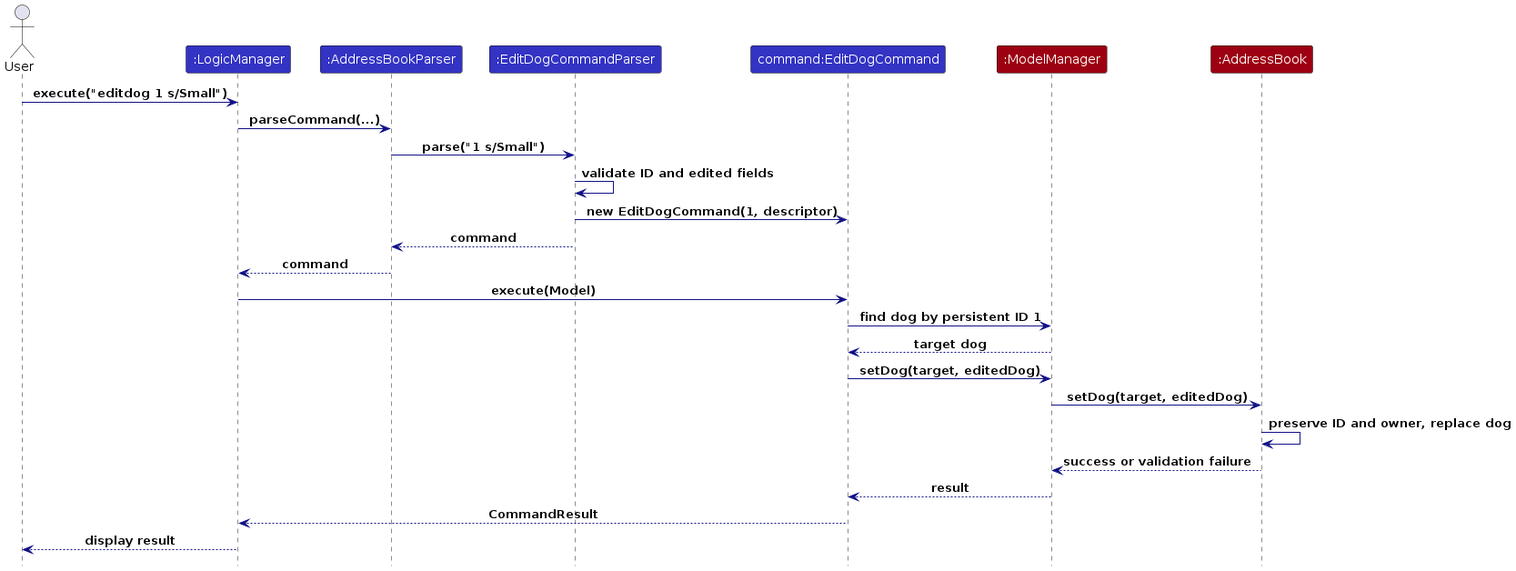
AY2627S1-CS2103T-T15-4/tp keeps this PlantUML diagram as diagrams/EditDogSequenceDiagram.png. Above is the earlier version. Its source is kept beside it as diagrams/EditDogSequenceDiagram.puml. Its diagram source:
```plantuml
@startuml
!include style.puml
skinparam arrowColor LOGIC_COLOR_T4

actor User
participant ":LogicManager" as Logic LOGIC_COLOR
participant ":AddressBookParser" as Router LOGIC_COLOR
participant ":EditDogCommandParser" as Parser LOGIC_COLOR
participant "command:EditDogCommand" as Command LOGIC_COLOR
participant ":ModelManager" as Model MODEL_COLOR
participant ":AddressBook" as Book MODEL_COLOR

User -> Logic : execute("editdog 1 s/Small")
Logic -> Router : parseCommand(...)
Router -> Parser : parse("1 s/Small")
Parser -> Parser : validate ID and edited fields
Parser -> Command : new EditDogCommand(1, descriptor)
Parser --> Router : command
Router --> Logic : command
Logic -> Command : execute(Model)
Command -> Model : find dog by persistent ID 1
Model --> Command : target dog
Command -> Model : setDog(target, editedDog)
Model -> Book : setDog(target, editedDog)
Book -> Book : preserve ID and owner, replace dog
Book --> Model : success or validation failure
Model --> Command : result
Command --> Logic : CommandResult
Logic --> User : display result
@enduml
```
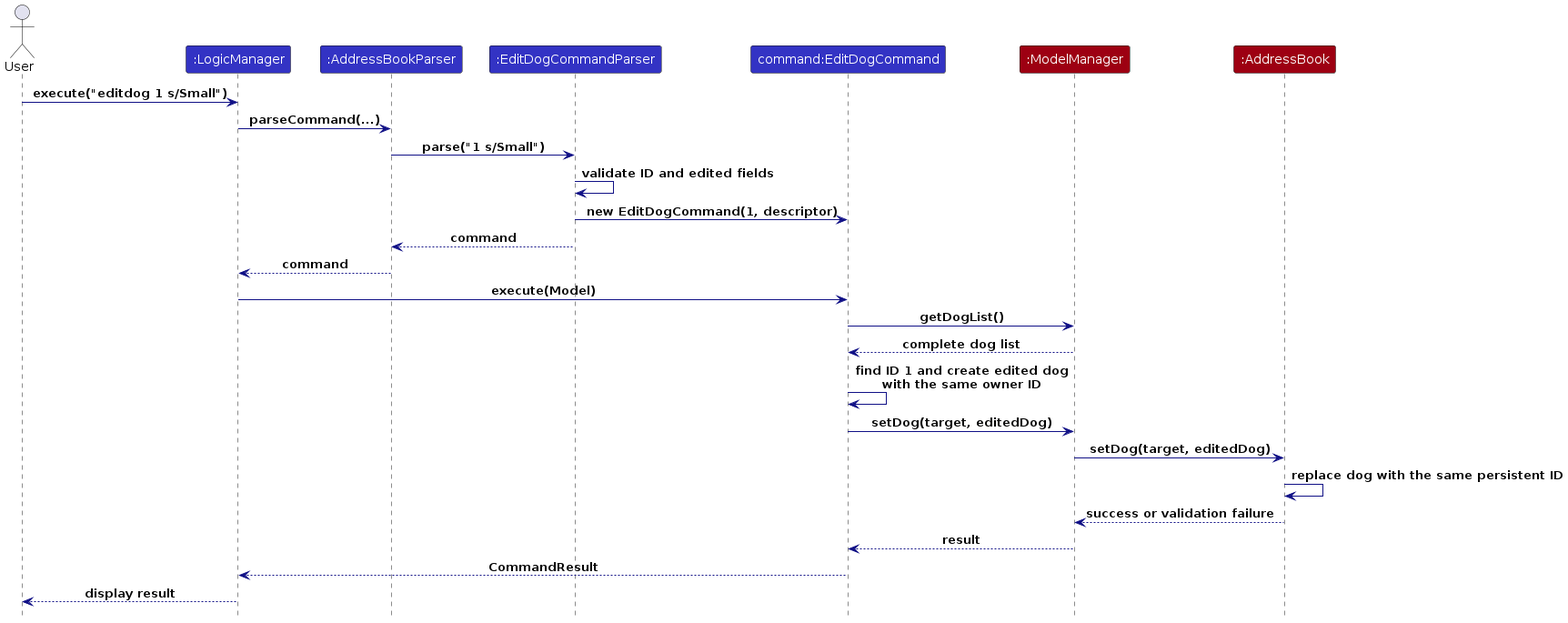
Later version of the same file.

What changed in the source:
```diff
@@ -18,11 +18,12 @@
 Parser --> Router : command
 Router --> Logic : command
 Logic -> Command : execute(Model)
-Command -> Model : find dog by persistent ID 1
-Model --> Command : target dog
+Command -> Model : getDogList()
+Model --> Command : complete dog list
+Command -> Command : find ID 1 and create edited dog\nwith the same owner ID
 Command -> Model : setDog(target, editedDog)
 Model -> Book : setDog(target, editedDog)
-Book -> Book : preserve ID and owner, replace dog
+Book -> Book : replace dog with the same persistent ID
 Book --> Model : success or validation failure
 Model --> Command : result
 Command --> Logic : CommandResult
```
